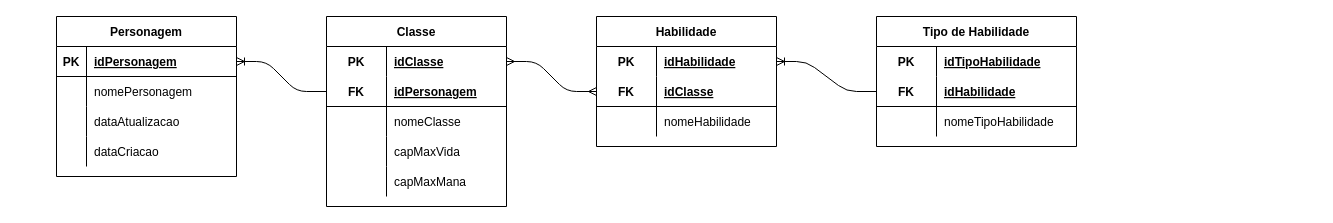
Above: page "Modelagem-HRoads-Logico" (2 of 2) of Modelagens/ModelagemLogica_HRoads.drawio in enzzotj/SENAI_HROADS_TD (draw.io), before the change. Source tidied: cells renumbered, new cells numbered last; positions are measured from the earlier drawing's top-left corner, leaving out a move shared by most shapes. Both pictures are drawn from the tidied source at 100%, with x=0, y=0 at pixel (56, 16).
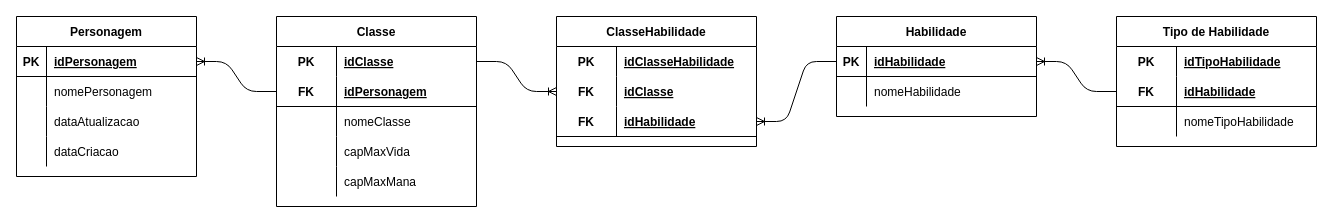
Above is the later version.

Commit message (it also covers changes not shown here):
Finalizada a parte lógica da modelagem

Unchanged cells that the change refers to:
```xml
<mxCell id="45" style="shape=partialRectangle;fillColor=none;top=0;left=0;bottom=1;right=0;points=[[0,0.5],[1,0.5]];portConstraint=eastwest;" parent="41" vertex="1">
  <mxGeometry y="60" width="200" height="30" as="geometry" />
</mxCell>
```

Change to the diagram source:
```diff
@@
     <mxCell id="2" value="Personagem" style="shape=table;startSize=30;childLayout=tableLayout;rowLines=0;fontStyle=1;align=center;" parent="1" vertex="1">
-      <mxGeometry width="180" height="160" as="geometry" />
+      <mxGeometry x="-40" width="180" height="160" as="geometry" />
     </mxCell>
@@
     <mxCell id="15" value="Classe" style="shape=table;startSize=30;childLayout=tableLayout;rowLines=0;fontStyle=1;align=center;" parent="1" vertex="1">
-      <mxGeometry x="270" width="180" height="190" as="geometry" />
+      <mxGeometry x="220" width="200" height="190" as="geometry" />
     </mxCell>
     <mxCell id="16" style="shape=partialRectangle;fillColor=none;top=0;left=0;bottom=0;right=0;points=[[0,0.5],[1,0.5]];portConstraint=eastwest;" parent="15" vertex="1">
-      <mxGeometry y="30" width="180" height="30" as="geometry" />
+      <mxGeometry y="30" width="200" height="30" as="geometry" />
     </mxCell>
@@
     <mxCell id="18" value="idClasse" style="shape=partialRectangle;fillColor=none;top=0;left=0;bottom=0;right=0;align=left;spacingLeft=6;fontStyle=5;overflow=hidden;" parent="16" vertex="1">
-      <mxGeometry x="60" width="120" height="30" as="geometry" />
+      <mxGeometry x="60" width="140" height="30" as="geometry" />
     </mxCell>
     <mxCell id="19" style="shape=partialRectangle;fillColor=none;top=0;left=0;bottom=1;right=0;points=[[0,0.5],[1,0.5]];portConstraint=eastwest;" parent="15" vertex="1">
-      <mxGeometry y="60" width="180" height="30" as="geometry" />
+      <mxGeometry y="60" width="200" height="30" as="geometry" />
     </mxCell>
@@
     <mxCell id="21" value="idPersonagem" style="shape=partialRectangle;fillColor=none;top=0;left=0;bottom=0;right=0;align=left;spacingLeft=6;fontStyle=5;overflow=hidden;" parent="19" vertex="1">
-      <mxGeometry x="60" width="120" height="30" as="geometry" />
+      <mxGeometry x="60" width="140" height="30" as="geometry" />
     </mxCell>
     <mxCell id="22" style="shape=partialRectangle;fillColor=none;top=0;left=0;bottom=0;right=0;" parent="15" vertex="1">
-      <mxGeometry y="90" width="180" height="30" as="geometry" />
+      <mxGeometry y="90" width="200" height="30" as="geometry" />
     </mxCell>
@@
     <mxCell id="24" value="nomeClasse" style="shape=partialRectangle;fillColor=none;top=0;left=0;bottom=0;right=0;align=left;spacingLeft=6;overflow=hidden;" parent="22" vertex="1">
-      <mxGeometry x="60" width="120" height="30" as="geometry" />
+      <mxGeometry x="60" width="140" height="30" as="geometry" />
     </mxCell>
     <mxCell id="25" style="shape=partialRectangle;fillColor=none;top=0;left=0;bottom=0;right=0;" parent="15" vertex="1">
-      <mxGeometry y="120" width="180" height="30" as="geometry" />
+      <mxGeometry y="120" width="200" height="30" as="geometry" />
     </mxCell>
@@
     <mxCell id="27" value="capMaxVida" style="shape=partialRectangle;fillColor=none;top=0;left=0;bottom=0;right=0;align=left;spacingLeft=6;overflow=hidden;" parent="25" vertex="1">
-      <mxGeometry x="60" width="120" height="30" as="geometry" />
+      <mxGeometry x="60" width="140" height="30" as="geometry" />
     </mxCell>
     <mxCell id="28" style="shape=partialRectangle;fillColor=none;top=0;left=0;bottom=0;right=0;" parent="15" vertex="1">
-      <mxGeometry y="150" width="180" height="30" as="geometry" />
+      <mxGeometry y="150" width="200" height="30" as="geometry" />
     </mxCell>
@@
     <mxCell id="30" value="capMaxMana" style="shape=partialRectangle;fillColor=none;top=0;left=0;bottom=0;right=0;align=left;spacingLeft=6;overflow=hidden;" parent="28" vertex="1">
-      <mxGeometry x="60" width="120" height="30" as="geometry" />
+      <mxGeometry x="60" width="140" height="30" as="geometry" />
     </mxCell>
-    <mxCell id="31" value="Habilidade" style="shape=table;startSize=30;childLayout=tableLayout;rowLines=0;fontStyle=1;align=center;" parent="1" vertex="1">
-      <mxGeometry x="540" width="180" height="130" as="geometry" />
-    </mxCell>
-    <mxCell id="32" style="shape=partialRectangle;fillColor=none;top=0;left=0;bottom=0;right=0;points=[[0,0.5],[1,0.5]];portConstraint=eastwest;" parent="31" vertex="1">
-      <mxGeometry y="30" width="180" height="30" as="geometry" />
-    </mxCell>
-    <mxCell id="33" value="PK" style="shape=partialRectangle;fillColor=none;top=0;left=0;bottom=0;right=0;fontStyle=1;overflow=hidden;" parent="32" vertex="1">
-      <mxGeometry width="60" height="30" as="geometry" />
-    </mxCell>
-    <mxCell id="34" value="idHabilidade" style="shape=partialRectangle;fillColor=none;top=0;left=0;bottom=0;right=0;align=left;spacingLeft=6;fontStyle=5;overflow=hidden;" parent="32" vertex="1">
-      <mxGeometry x="60" width="120" height="30" as="geometry" />
-    </mxCell>
-    <mxCell id="35" style="shape=partialRectangle;fillColor=none;top=0;left=0;bottom=1;right=0;points=[[0,0.5],[1,0.5]];portConstraint=eastwest;" parent="31" vertex="1">
-      <mxGeometry y="60" width="180" height="30" as="geometry" />
-    </mxCell>
-    <mxCell id="36" value="FK" style="shape=partialRectangle;fillColor=none;top=0;left=0;bottom=0;right=0;fontStyle=1;overflow=hidden;" parent="35" vertex="1">
-      <mxGeometry width="60" height="30" as="geometry" />
-    </mxCell>
-    <mxCell id="37" value="idClasse" style="shape=partialRectangle;fillColor=none;top=0;left=0;bottom=0;right=0;align=left;spacingLeft=6;fontStyle=5;overflow=hidden;" parent="35" vertex="1">
-      <mxGeometry x="60" width="120" height="30" as="geometry" />
-    </mxCell>
-    <mxCell id="38" style="shape=partialRectangle;fillColor=none;top=0;left=0;bottom=0;right=0;" parent="31" vertex="1">
-      <mxGeometry y="90" width="180" height="30" as="geometry" />
-    </mxCell>
-    <mxCell id="39" style="shape=partialRectangle;fillColor=none;top=0;left=0;bottom=0;right=0;overflow=hidden;" parent="38" vertex="1">
-      <mxGeometry width="60" height="30" as="geometry" />
-    </mxCell>
-    <mxCell id="40" value="nomeHabilidade" style="shape=partialRectangle;fillColor=none;top=0;left=0;bottom=0;right=0;align=left;spacingLeft=6;overflow=hidden;" parent="38" vertex="1">
-      <mxGeometry x="60" width="120" height="30" as="geometry" />
-    </mxCell>
     <mxCell id="41" value="Tipo de Habilidade" style="shape=table;startSize=30;childLayout=tableLayout;rowLines=0;fontStyle=1;align=center;" parent="1" vertex="1">
-      <mxGeometry x="820" width="200" height="130" as="geometry" />
+      <mxGeometry x="1060" width="200" height="130" as="geometry" />
     </mxCell>
@@
-    <mxCell id="52" style="edgeStyle=entityRelationEdgeStyle;fontSize=12;html=1;endArrow=ERmany;startArrow=ERmany;entryX=1;entryY=0.5;entryDx=0;entryDy=0;exitX=0;exitY=0.5;exitDx=0;exitDy=0;" parent="1" edge="1" source="35" target="16">
-      <mxGeometry relative="1" as="geometry" />
-    </mxCell>
-    <mxCell id="53" style="edgeStyle=entityRelationEdgeStyle;fontSize=12;html=1;endArrow=ERoneToMany;entryX=1;entryY=0.5;entryDx=0;entryDy=0;exitX=0;exitY=0.5;exitDx=0;exitDy=0;" parent="1" edge="1" source="45" target="32">
+    <mxCell id="53" style="edgeStyle=entityRelationEdgeStyle;fontSize=12;html=1;endArrow=ERoneToMany;entryX=1;entryY=0.5;entryDx=0;entryDy=0;exitX=0;exitY=0.5;exitDx=0;exitDy=0;" parent="1" edge="1" source="45" target="64">
       <mxGeometry relative="1" as="geometry" />
     </mxCell>
+    <mxCell id="54" value="ClasseHabilidade" style="shape=table;startSize=30;childLayout=tableLayout;rowLines=0;fontStyle=1;align=center;" parent="1" vertex="1">
+      <mxGeometry x="500" width="200" height="130" as="geometry" />
+    </mxCell>
+    <mxCell id="55" style="shape=partialRectangle;fillColor=none;top=0;left=0;bottom=0;right=0;" parent="54" vertex="1">
+      <mxGeometry y="30" width="200" height="30" as="geometry" />
+    </mxCell>
+    <mxCell id="33" value="PK" style="shape=partialRectangle;fillColor=none;top=0;left=0;bottom=0;right=0;fontStyle=1;overflow=hidden;" parent="55" vertex="1">
+      <mxGeometry width="60" height="30" as="geometry" />
+    </mxCell>
+    <mxCell id="56" value="idClasseHabilidade" style="shape=partialRectangle;fillColor=none;top=0;left=0;bottom=0;right=0;align=left;spacingLeft=6;fontStyle=5;overflow=hidden;" parent="55" vertex="1">
+      <mxGeometry x="60" width="140" height="30" as="geometry" />
+    </mxCell>
+    <mxCell id="57" style="shape=partialRectangle;fillColor=none;top=0;left=0;bottom=0;right=0;points=[[0,0.5],[1,0.5]];portConstraint=eastwest;" parent="54" vertex="1">
+      <mxGeometry y="60" width="200" height="30" as="geometry" />
+    </mxCell>
+    <mxCell id="58" value="FK" style="shape=partialRectangle;fillColor=none;top=0;left=0;bottom=0;right=0;fontStyle=1;overflow=hidden;" parent="57" vertex="1">
+      <mxGeometry width="60" height="30" as="geometry" />
+    </mxCell>
+    <mxCell id="37" value="idClasse" style="shape=partialRectangle;fillColor=none;top=0;left=0;bottom=0;right=0;align=left;spacingLeft=6;fontStyle=5;overflow=hidden;" parent="57" vertex="1">
+      <mxGeometry x="60" width="140" height="30" as="geometry" />
+    </mxCell>
+    <mxCell id="59" style="shape=partialRectangle;fillColor=none;top=0;left=0;bottom=1;right=0;points=[[0,0.5],[1,0.5]];portConstraint=eastwest;" parent="54" vertex="1">
+      <mxGeometry y="90" width="200" height="30" as="geometry" />
+    </mxCell>
+    <mxCell id="60" value="FK" style="shape=partialRectangle;fillColor=none;top=0;left=0;bottom=0;right=0;fontStyle=1;overflow=hidden;" parent="59" vertex="1">
+      <mxGeometry width="60" height="30" as="geometry" />
+    </mxCell>
+    <mxCell id="61" value="idHabilidade" style="shape=partialRectangle;fillColor=none;top=0;left=0;bottom=0;right=0;align=left;spacingLeft=6;fontStyle=5;overflow=hidden;" parent="59" vertex="1">
+      <mxGeometry x="60" width="140" height="30" as="geometry" />
+    </mxCell>
+    <mxCell id="62" style="edgeStyle=entityRelationEdgeStyle;fontSize=12;html=1;endArrow=ERoneToMany;exitX=1;exitY=0.5;exitDx=0;exitDy=0;entryX=0;entryY=0.5;entryDx=0;entryDy=0;" parent="1" edge="1" source="16" target="57">
+      <mxGeometry relative="1" as="geometry" />
+    </mxCell>
+    <mxCell id="63" style="edgeStyle=entityRelationEdgeStyle;fontSize=12;html=1;endArrow=ERoneToMany;exitX=0;exitY=0.5;exitDx=0;exitDy=0;entryX=1;entryY=0.5;entryDx=0;entryDy=0;" parent="1" edge="1" source="64" target="59">
+      <mxGeometry relative="1" as="geometry" />
+    </mxCell>
+    <mxCell id="31" value="Habilidade" style="shape=table;startSize=30;childLayout=tableLayout;rowLines=0;fontStyle=1;align=center;" parent="1" vertex="1">
+      <mxGeometry x="780" width="200" height="100" as="geometry" />
+    </mxCell>
+    <mxCell id="64" style="shape=partialRectangle;fillColor=none;top=0;left=0;bottom=1;right=0;points=[[0,0.5],[1,0.5]];portConstraint=eastwest;" parent="31" vertex="1">
+      <mxGeometry y="30" width="200" height="30" as="geometry" />
+    </mxCell>
+    <mxCell id="65" value="PK" style="shape=partialRectangle;fillColor=none;top=0;left=0;bottom=0;right=0;fontStyle=1;overflow=hidden;" parent="64" vertex="1">
+      <mxGeometry width="30" height="30" as="geometry" />
+    </mxCell>
+    <mxCell id="66" value="idHabilidade" style="shape=partialRectangle;fillColor=none;top=0;left=0;bottom=0;right=0;align=left;spacingLeft=6;fontStyle=5;overflow=hidden;" parent="64" vertex="1">
+      <mxGeometry x="30" width="170" height="30" as="geometry" />
+    </mxCell>
+    <mxCell id="67" style="shape=partialRectangle;fillColor=none;top=0;left=0;bottom=0;right=0;" parent="31" vertex="1">
+      <mxGeometry y="60" width="200" height="30" as="geometry" />
+    </mxCell>
+    <mxCell id="68" style="shape=partialRectangle;fillColor=none;top=0;left=0;bottom=0;right=0;overflow=hidden;" parent="67" vertex="1">
+      <mxGeometry width="30" height="30" as="geometry" />
+    </mxCell>
+    <mxCell id="40" value="nomeHabilidade" style="shape=partialRectangle;fillColor=none;top=0;left=0;bottom=0;right=0;align=left;spacingLeft=6;overflow=hidden;" parent="67" vertex="1">
+      <mxGeometry x="30" width="170" height="30" as="geometry" />
+    </mxCell>
```
